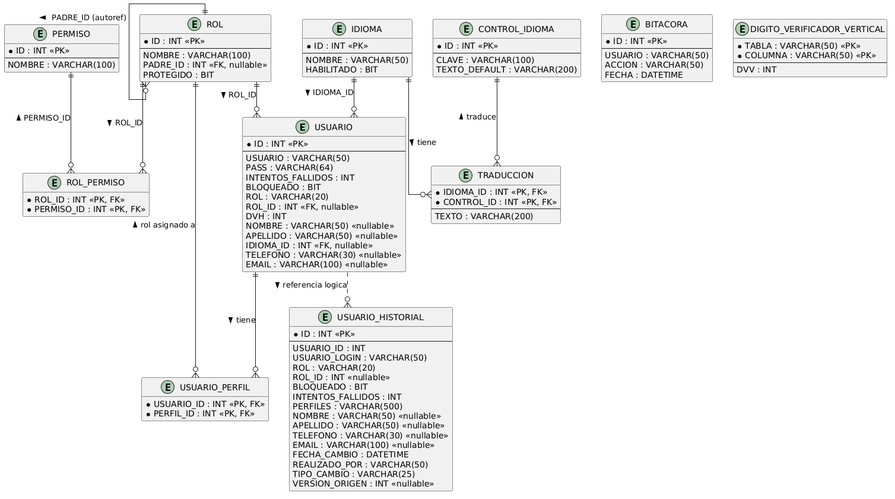
Jesifu/club-de-vinos-td keeps this PlantUML diagram as DIAGRAMAS/DER.png. Above is the earlier version.
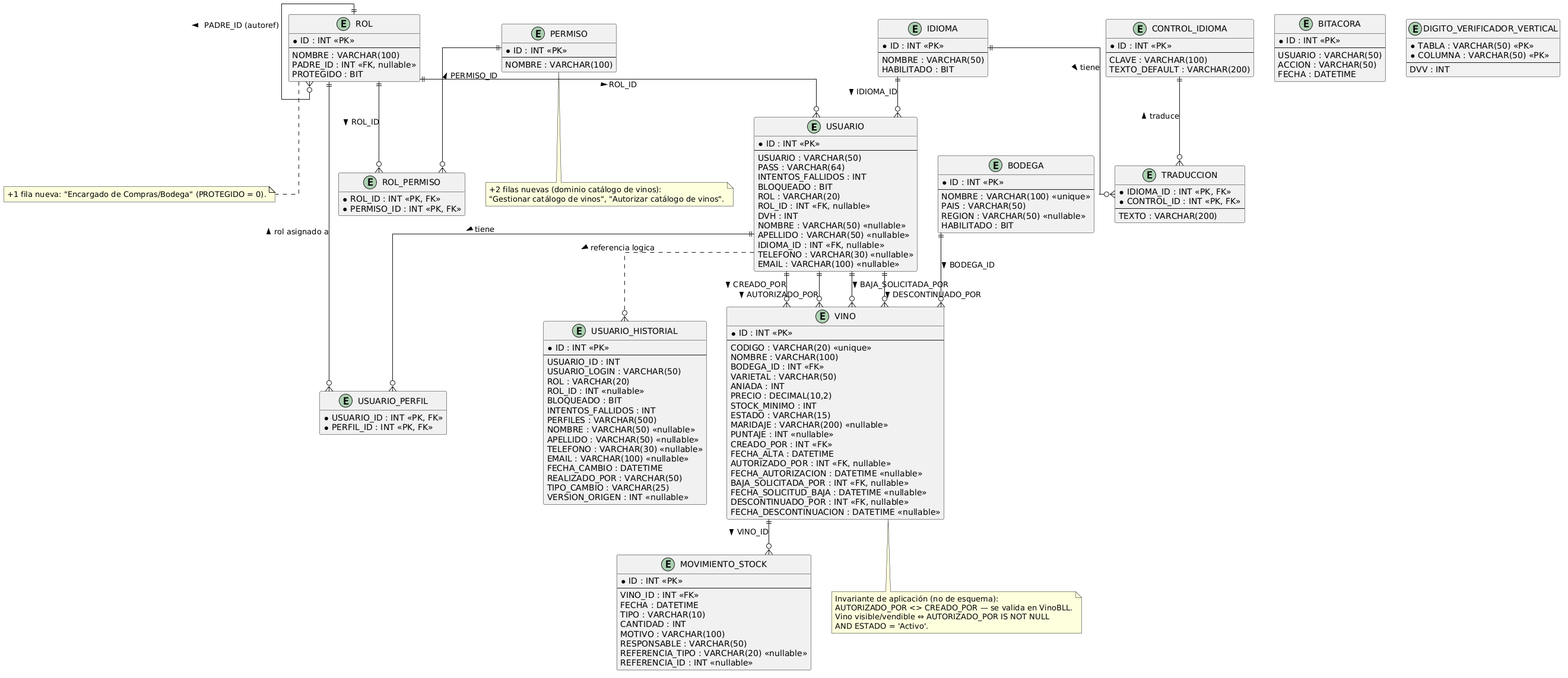
The same diagram one commit later.

What changed in the source:
```diff
@@ -100,6 +100,52 @@
   DVV : INT
 }
 
+
+entity BODEGA {
+  * ID : INT <<PK>>
+  --
+  NOMBRE : VARCHAR(100) <<unique>>
+  PAIS : VARCHAR(50)
+  REGION : VARCHAR(50) <<nullable>>
+  HABILITADO : BIT
+}
+
+entity VINO {
+  * ID : INT <<PK>>
+  --
+  CODIGO : VARCHAR(20) <<unique>>
+  NOMBRE : VARCHAR(100)
+  BODEGA_ID : INT <<FK>>
+  VARIETAL : VARCHAR(50)
+  ANIADA : INT
+  PRECIO : DECIMAL(10,2)
+  STOCK_MINIMO : INT
+  ESTADO : VARCHAR(15)
+  MARIDAJE : VARCHAR(200) <<nullable>>
+  PUNTAJE : INT <<nullable>>
+  CREADO_POR : INT <<FK>>
+  FECHA_ALTA : DATETIME
+  AUTORIZADO_POR : INT <<FK, nullable>>
+  FECHA_AUTORIZACION : DATETIME <<nullable>>
+  BAJA_SOLICITADA_POR : INT <<FK, nullable>>
+  FECHA_SOLICITUD_BAJA : DATETIME <<nullable>>
+  DESCONTINUADO_POR : INT <<FK, nullable>>
+  FECHA_DESCONTINUACION : DATETIME <<nullable>>
+}
+
+entity MOVIMIENTO_STOCK {
+  * ID : INT <<PK>>
+  --
+  VINO_ID : INT <<FK>>
+  FECHA : DATETIME
+  TIPO : VARCHAR(10)
+  CANTIDAD : INT
+  MOTIVO : VARCHAR(100)
+  RESPONSABLE : VARCHAR(50)
+  REFERENCIA_TIPO : VARCHAR(20) <<nullable>>
+  REFERENCIA_ID : INT <<nullable>>
+}
+
 USUARIO        ||--o{ USUARIO_PERFIL  : "tiene >"
 ROL            ||--o{ USUARIO_PERFIL  : "< rol asignado a"
 ROL            ||--o{ ROL_PERMISO     : "ROL_ID >"
@@ -112,4 +158,27 @@
 
 USUARIO        ..o{ USUARIO_HISTORIAL : "referencia logica >"
 
+BODEGA  ||--o{ VINO             : "BODEGA_ID >"
+VINO    ||--o{ MOVIMIENTO_STOCK : "VINO_ID >"
+USUARIO ||--o{ VINO             : "CREADO_POR >"
+USUARIO ||--o{ VINO             : "AUTORIZADO_POR >"
+USUARIO ||--o{ VINO             : "BAJA_SOLICITADA_POR >"
+USUARIO ||--o{ VINO             : "DESCONTINUADO_POR >"
+
+note bottom of VINO
+  Invariante de aplicación (no de esquema):
+  AUTORIZADO_POR <> CREADO_POR — se valida en VinoBLL.
+  Vino visible/vendible ⇔ AUTORIZADO_POR IS NOT NULL
+  AND ESTADO = 'Activo'.
+end note
+
+note bottom of PERMISO
+  +2 filas nuevas (dominio catálogo de vinos):
+  "Gestionar catálogo de vinos", "Autorizar catálogo de vinos".
+end note
+
+note bottom of ROL
+  +1 fila nueva: "Encargado de Compras/Bodega" (PROTEGIDO = 0).
+end note
+
 @enduml
```
